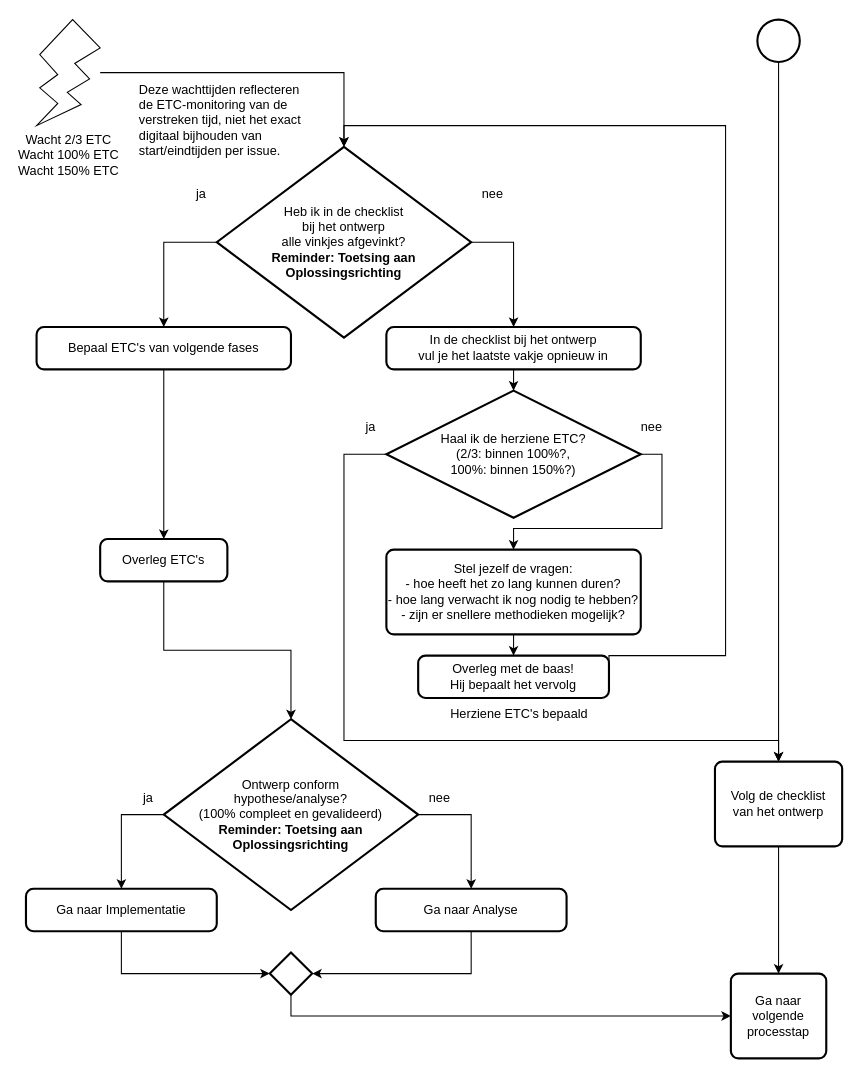
Before: 3 Issue Tracker ontwerp.drawio in Zaibatsu89/IssueTracker, a draw.io diagram. Source tidied: cells renumbered, new cells numbered last; positions are measured from the earlier drawing's top-left corner, leaving out a move shared by most shapes. Both pictures are drawn from the tidied source at 106%, with x=0, y=0 at pixel (25, 19).
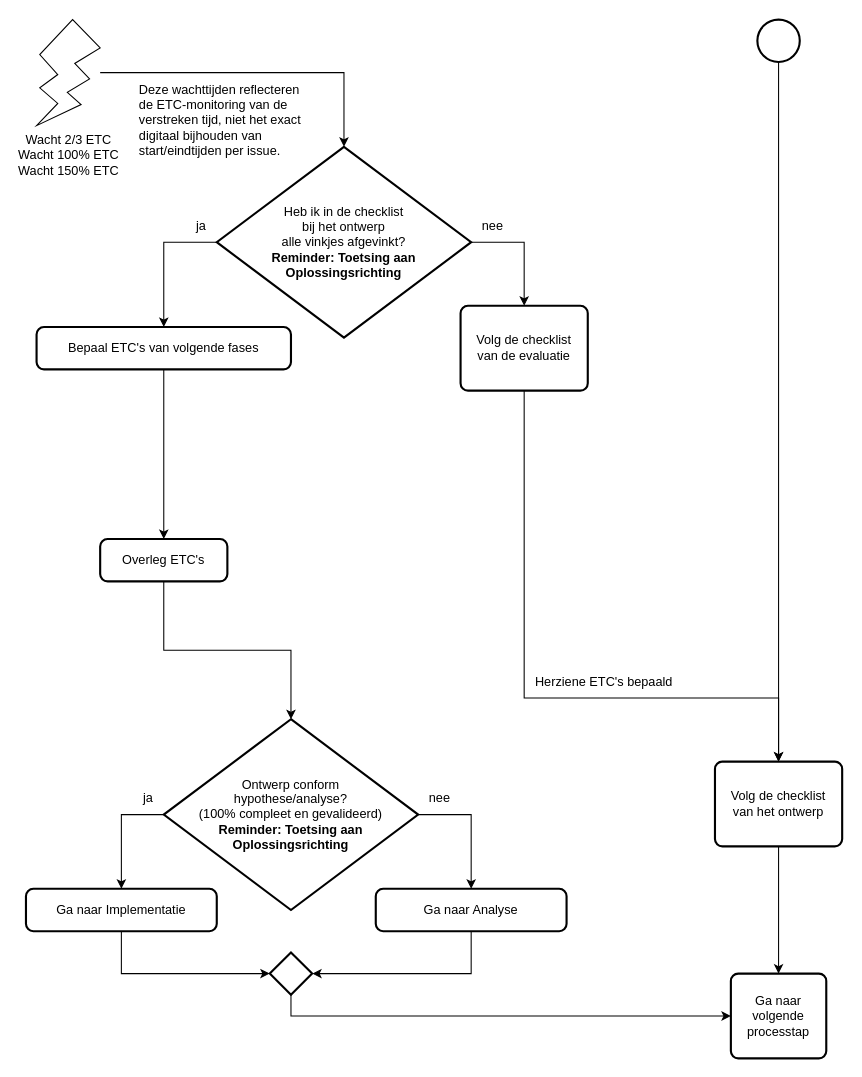
After the change.

Commit message (it also covers changes not shown here):
"Volg de checklist van de evaluatie" in analyse flowchart, na "Wacht 2/3 ETC..."

The change refers to these unchanged cells:
```xml
<mxCell id="7" value="Heb ik in de checklist&lt;br&gt;bij het ontwerp&lt;br&gt;alle vinkjes afgevinkt?&lt;br&gt;&lt;b&gt;Reminder: Toetsing aan Oplossingsrichting&lt;/b&gt;" style="strokeWidth=2;html=1;shape=mxgraph.flowchart.decision;whiteSpace=wrap;" parent="1" vertex="1">
  <mxGeometry x="180" y="120" width="240" height="180" as="geometry" />
</mxCell>
```

Change to the diagram source:
```diff
@@
     <mxCell id="8" value="ja" style="text;html=1;align=center;verticalAlign=middle;strokeColor=none;fillColor=none;" parent="1" vertex="1">
-      <mxGeometry x="150" y="150" width="30" height="30" as="geometry" />
+      <mxGeometry x="150" y="180" width="30" height="30" as="geometry" />
     </mxCell>
     <mxCell id="9" value="nee" style="text;html=1;align=center;verticalAlign=middle;strokeColor=none;fillColor=none;" parent="1" vertex="1">
-      <mxGeometry x="420" y="150" width="40" height="30" as="geometry" />
+      <mxGeometry x="420" y="180" width="40" height="30" as="geometry" />
     </mxCell>
@@
-    <mxCell id="21" style="edgeStyle=orthogonalEdgeStyle;rounded=0;jettySize=auto;html=1;" parent="1" edge="1" source="22" target="38">
-      <mxGeometry relative="1" as="geometry" />
-    </mxCell>
-    <mxCell id="22" value="In de checklist bij het ontwerp&lt;br&gt;vul je het laatste vakje opnieuw in" style="rounded=1;whiteSpace=wrap;html=1;absoluteArcSize=1;arcSize=14;strokeWidth=2;" parent="1" vertex="1">
-      <mxGeometry x="340" y="290" width="240" height="40" as="geometry" />
+    <mxCell id="22" value="Volg de checklist&lt;br&gt;van de evaluatie" style="rounded=1;whiteSpace=wrap;html=1;absoluteArcSize=1;arcSize=14;strokeWidth=2;" parent="1" vertex="1">
+      <mxGeometry x="410" y="270" width="120" height="80" as="geometry" />
     </mxCell>
-    <mxCell id="23" style="edgeStyle=orthogonalEdgeStyle;rounded=0;jettySize=auto;html=1;exitX=0.5;exitY=1;exitDx=0;exitDy=0;entryX=0.5;entryY=0;entryDx=0;entryDy=0;" parent="1" edge="1" source="24" target="25">
-      <mxGeometry relative="1" as="geometry" />
-    </mxCell>
-    <mxCell id="24" value="Stel jezelf de vragen:&lt;br&gt;- hoe heeft het zo lang kunnen duren?&lt;br&gt;- hoe lang verwacht ik nog nodig te hebben?&lt;br&gt;- zijn er snellere methodieken mogelijk?" style="rounded=1;whiteSpace=wrap;html=1;absoluteArcSize=1;arcSize=14;strokeWidth=2;" parent="1" vertex="1">
-      <mxGeometry x="340" y="500" width="240" height="80" as="geometry" />
-    </mxCell>
-    <mxCell id="25" value="Overleg met de baas!&lt;br&gt;Hij bepaalt het vervolg" style="rounded=1;whiteSpace=wrap;html=1;absoluteArcSize=1;arcSize=14;strokeWidth=2;" parent="1" vertex="1">
-      <mxGeometry x="370" y="600" width="180" height="40" as="geometry" />
-    </mxCell>
@@
     <mxCell id="34" value="Herziene ETC's bepaald" style="text;html=1;align=center;verticalAlign=middle;strokeColor=none;fillColor=none;" parent="1" vertex="1">
-      <mxGeometry x="390" y="640" width="150" height="30" as="geometry" />
+      <mxGeometry x="470" y="610" width="150" height="30" as="geometry" />
     </mxCell>
-    <mxCell id="35" style="edgeStyle=orthogonalEdgeStyle;rounded=0;jettySize=auto;html=1;exitX=1;exitY=0.5;exitDx=0;exitDy=0;entryX=0.5;entryY=0;entryDx=0;entryDy=0;entryPerimeter=0;" parent="1" edge="1" source="25" target="7">
-      <mxGeometry relative="1" as="geometry">
-        <Array as="points">
-          <mxPoint x="660" y="600" />
-          <mxPoint x="660" y="100" />
-          <mxPoint x="300" y="100" />
-        </Array>
-      </mxGeometry>
-    </mxCell>
-    <mxCell id="36" style="edgeStyle=orthogonalEdgeStyle;rounded=0;jettySize=auto;html=1;exitX=1;exitY=0.5;exitDx=0;exitDy=0;exitPerimeter=0;" parent="1" edge="1" source="38" target="24">
-      <mxGeometry relative="1" as="geometry">
-        <Array as="points">
-          <mxPoint x="600" y="410" />
-          <mxPoint x="600" y="480" />
-          <mxPoint x="460" y="480" />
-        </Array>
-      </mxGeometry>
-    </mxCell>
-    <mxCell id="37" style="edgeStyle=orthogonalEdgeStyle;rounded=0;jettySize=auto;html=1;exitX=0;exitY=0.5;exitDx=0;exitDy=0;exitPerimeter=0;" parent="1" edge="1" source="38">
+    <mxCell id="37" style="edgeStyle=orthogonalEdgeStyle;rounded=0;jettySize=auto;html=1;exitX=0.5;exitY=1;exitDx=0;exitDy=0;" parent="1" edge="1" source="22">
       <mxGeometry relative="1" as="geometry">
         <mxPoint x="710" y="700" as="targetPoint" />
         <Array as="points">
-          <mxPoint x="300" y="410" />
-          <mxPoint x="300" y="680" />
-          <mxPoint x="710" y="680" />
+          <mxPoint x="470" y="640" />
+          <mxPoint x="710" y="640" />
         </Array>
       </mxGeometry>
     </mxCell>
-    <mxCell id="38" value="Haal ik de herziene ETC?&lt;br&gt;(2/3: binnen 100%?,&lt;br&gt;100%: binnen 150%?)" style="strokeWidth=2;html=1;shape=mxgraph.flowchart.decision;whiteSpace=wrap;" parent="1" vertex="1">
-      <mxGeometry x="340" y="350" width="240" height="120" as="geometry" />
-    </mxCell>
-    <mxCell id="39" value="nee" style="text;html=1;align=center;verticalAlign=middle;strokeColor=none;fillColor=none;" parent="1" vertex="1">
-      <mxGeometry x="570" y="370" width="40" height="30" as="geometry" />
-    </mxCell>
-    <mxCell id="40" value="ja" style="text;html=1;align=center;verticalAlign=middle;strokeColor=none;fillColor=none;" parent="1" vertex="1">
-      <mxGeometry x="310" y="370" width="30" height="30" as="geometry" />
-    </mxCell>
```
